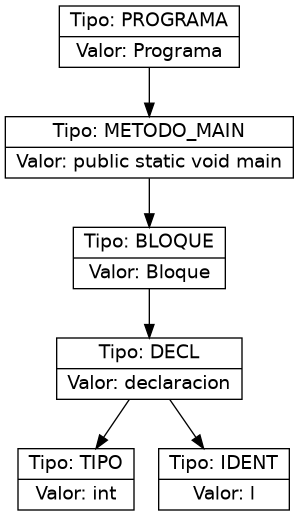
This is ast.png from Farot30/OLC2_2s2025_P2_202307820, a Graphviz export, as it was before one commit. Its source is kept beside it as ast.dot.
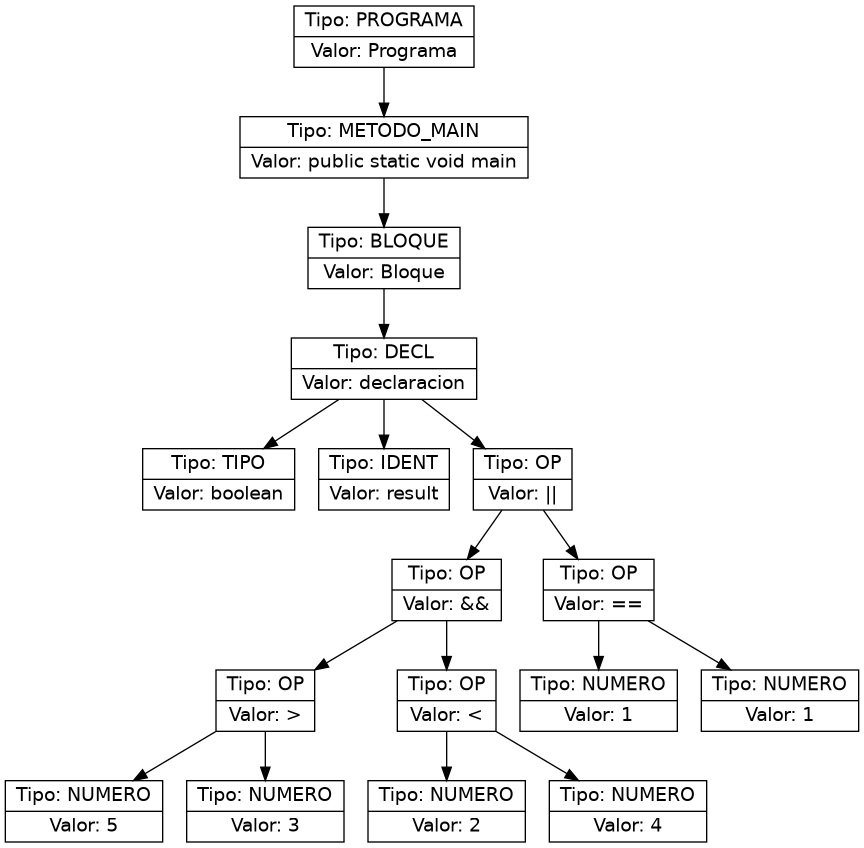
After the change.

Change to the diagram source:
```diff
@@ -1,14 +1,36 @@
 digraph AST {
   node [shape=record,fontname="Helvetica"];
-  n0x61815e106bd0 [label="{Tipo: PROGRAMA|Valor: Programa}"];
-  n0x61815e106bd0 -> n0x61815e12f7c0;
-  n0x61815e12f7c0 [label="{Tipo: METODO_MAIN|Valor: public static void main}"];
-  n0x61815e12f7c0 -> n0x61815dd872a0;
-  n0x61815dd872a0 [label="{Tipo: BLOQUE|Valor: Bloque}"];
-  n0x61815dd872a0 -> n0x61815dfed6b0;
-  n0x61815dfed6b0 [label="{Tipo: DECL|Valor: declaracion}"];
-  n0x61815dfed6b0 -> n0x61815dfeb190;
-  n0x61815dfeb190 [label="{Tipo: TIPO|Valor: int}"];
-  n0x61815dfed6b0 -> n0x61815dfebef0;
-  n0x61815dfebef0 [label="{Tipo: IDENT|Valor: l}"];
+  n0x5ed95dd35350 [label="{Tipo: PROGRAMA|Valor: Programa}"];
+  n0x5ed95dd35350 -> n0x5ed95db277e0;
+  n0x5ed95db277e0 [label="{Tipo: METODO_MAIN|Valor: public static void main}"];
+  n0x5ed95db277e0 -> n0x5ed95dd8ba80;
+  n0x5ed95dd8ba80 [label="{Tipo: BLOQUE|Valor: Bloque}"];
+  n0x5ed95dd8ba80 -> n0x5ed95dec9630;
+  n0x5ed95dec9630 [label="{Tipo: DECL|Valor: declaracion}"];
+  n0x5ed95dec9630 -> n0x5ed95db19a40;
+  n0x5ed95db19a40 [label="{Tipo: TIPO|Valor: boolean}"];
+  n0x5ed95dec9630 -> n0x5ed95dafc5a0;
+  n0x5ed95dafc5a0 [label="{Tipo: IDENT|Valor: result}"];
+  n0x5ed95dec9630 -> n0x5ed95dcae050;
+  n0x5ed95dcae050 [label="{Tipo: OP|Valor: &#124;&#124;}"];
+  n0x5ed95dcae050 -> n0x5ed95db4ca50;
+  n0x5ed95db4ca50 [label="{Tipo: OP|Valor: &&}"];
+  n0x5ed95db4ca50 -> n0x5ed95dd8faa0;
+  n0x5ed95dd8faa0 [label="{Tipo: OP|Valor: &gt;}"];
+  n0x5ed95dd8faa0 -> n0x5ed95db4cd30;
+  n0x5ed95db4cd30 [label="{Tipo: NUMERO|Valor: 5}"];
+  n0x5ed95dd8faa0 -> n0x5ed95dd91900;
+  n0x5ed95dd91900 [label="{Tipo: NUMERO|Valor: 3}"];
+  n0x5ed95db4ca50 -> n0x5ed95dcadb50;
+  n0x5ed95dcadb50 [label="{Tipo: OP|Valor: &lt;}"];
+  n0x5ed95dcadb50 -> n0x5ed95db02050;
+  n0x5ed95db02050 [label="{Tipo: NUMERO|Valor: 2}"];
+  n0x5ed95dcadb50 -> n0x5ed95db21c20;
+  n0x5ed95db21c20 [label="{Tipo: NUMERO|Valor: 4}"];
+  n0x5ed95dcae050 -> n0x5ed95de887d0;
+  n0x5ed95de887d0 [label="{Tipo: OP|Valor: ==}"];
+  n0x5ed95de887d0 -> n0x5ed95dd8f860;
+  n0x5ed95dd8f860 [label="{Tipo: NUMERO|Valor: 1}"];
+  n0x5ed95de887d0 -> n0x5ed95db20ed0;
+  n0x5ed95db20ed0 [label="{Tipo: NUMERO|Valor: 1}"];
 }
```
